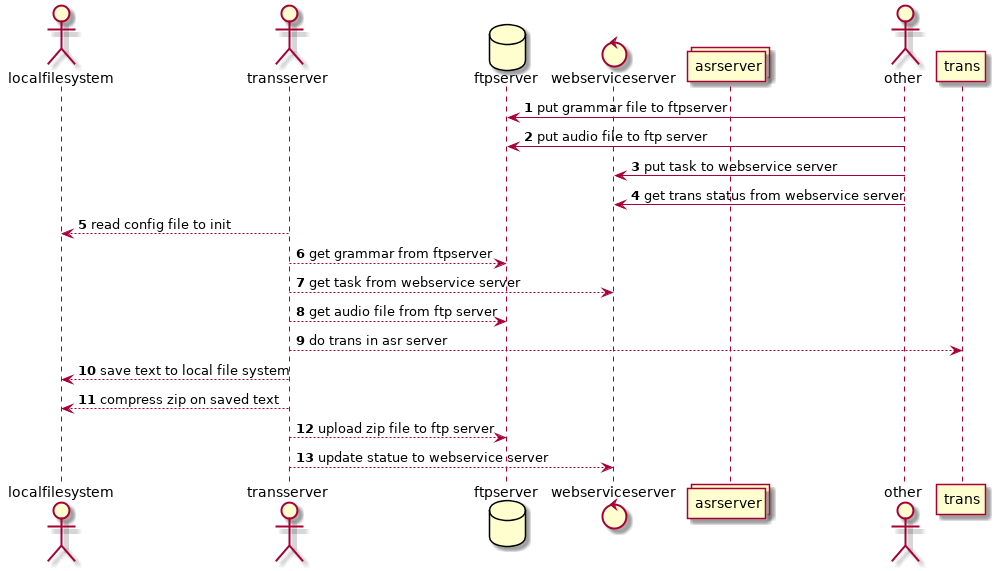
Earlier version of the PlantUML export practise/plantuml/trans_sequence.png (sczzq/symmetrical-spoon). Its diagram source:
```plantuml
@startuml

actor localfilesystem
actor transserver
database ftpserver
control webserviceserver
collections asrserver

actor other





autonumber

other -> ftpserver : put grammar file to ftpserver
other -> ftpserver : put audio file to ftp server
other -> webserviceserver : put task to webservice server
other -> webserviceserver : get trans status from webservice server


transserver --> localfilesystem : read config file to init
transserver --> ftpserver : get grammar from ftpserver

transserver --> webserviceserver : get task from webservice server
transserver --> ftpserver : get audio file from ftp server

transserver --> trans : do trans in asr server
transserver --> localfilesystem : save text to local file system
transserver --> localfilesystem : compress zip on saved text

transserver --> ftpserver : upload zip file to ftp server
transserver --> webserviceserver : update statue to webservice server

@enduml
```
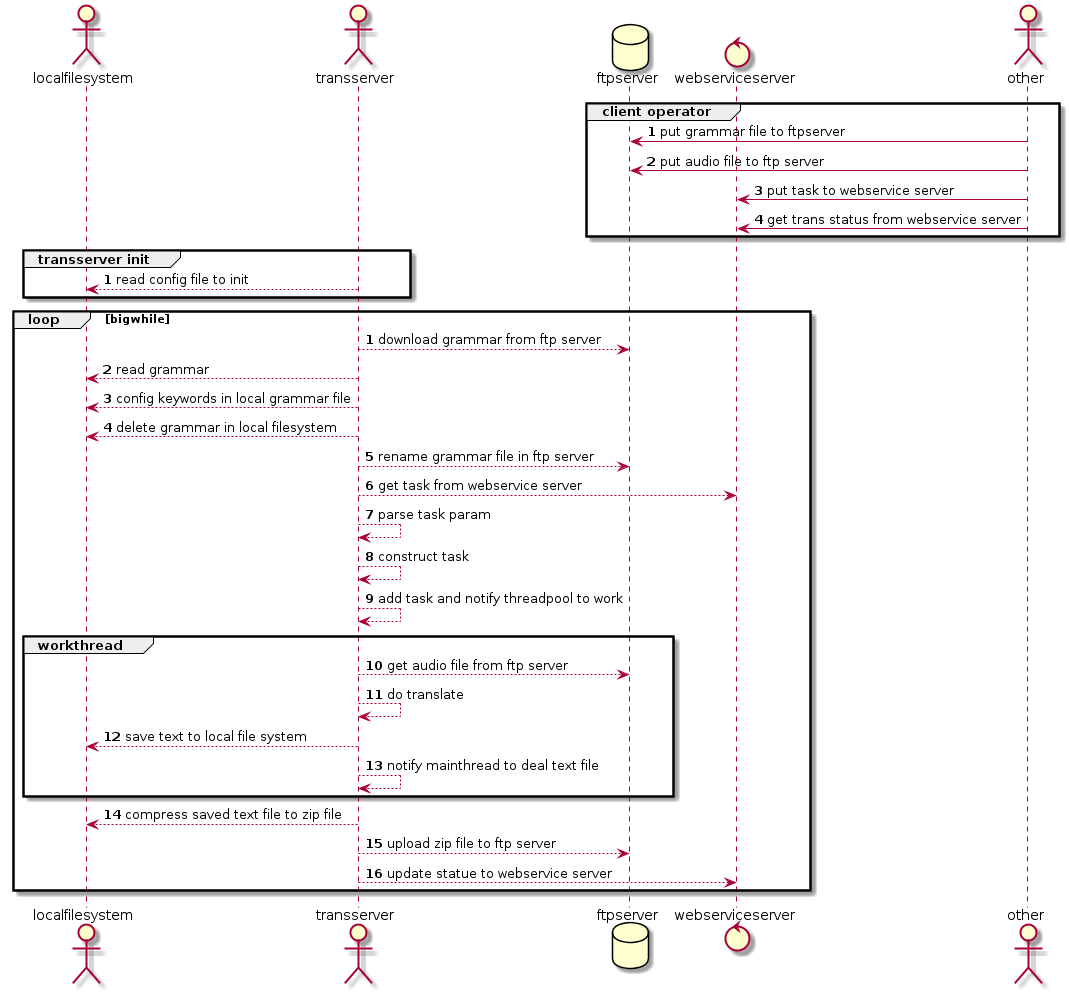
Later version of the same file.

The edit, as a diff of the source:
```diff
@@ -4,7 +4,6 @@
 actor transserver
 database ftpserver
 control webserviceserver
-collections asrserver
 
 actor other
 
@@ -14,23 +13,46 @@
 
 autonumber
 
+group client operator
 other -> ftpserver : put grammar file to ftpserver
 other -> ftpserver : put audio file to ftp server
 other -> webserviceserver : put task to webservice server
 other -> webserviceserver : get trans status from webservice server
+end
 
 
+autonumber 1 1
+
+group transserver init
 transserver --> localfilesystem : read config file to init
-transserver --> ftpserver : get grammar from ftpserver
+end
+
+autonumber 1 1
+
+loop bigwhile
+
+transserver --> ftpserver : download grammar from ftp server
+transserver --> localfilesystem : read grammar
+transserver --> localfilesystem : config keywords in local grammar file
+transserver --> localfilesystem : delete grammar in local filesystem
+transserver --> ftpserver : rename grammar file in ftp server
 
 transserver --> webserviceserver : get task from webservice server
+transserver --> transserver : parse task param
+transserver --> transserver : construct task
+transserver --> transserver : add task and notify threadpool to work
+
+group workthread
 transserver --> ftpserver : get audio file from ftp server
+transserver --> transserver : do translate
+transserver --> localfilesystem : save text to local file system
+transserver --> transserver : notify mainthread to deal text file
+end
 
-transserver --> trans : do trans in asr server
-transserver --> localfilesystem : save text to local file system
-transserver --> localfilesystem : compress zip on saved text
-
+transserver --> localfilesystem : compress saved text file to zip file
 transserver --> ftpserver : upload zip file to ftp server
 transserver --> webserviceserver : update statue to webservice server
 
+end
+
 @enduml
```
